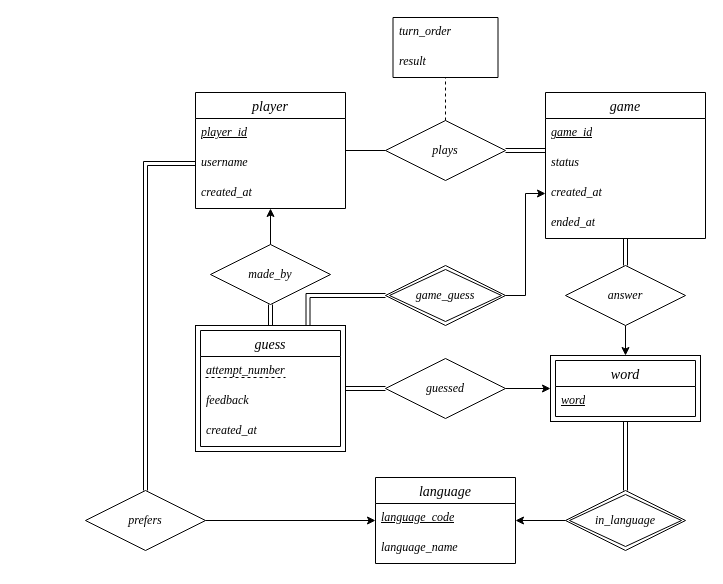
Above: ER-Diagram/Wordle_ER_Diagram.drawio in cmsc447-capstone/shared-state-wordle (draw.io), before the change. Source tidied: cells renumbered, new cells numbered last; positions are measured from the earlier drawing's top-left corner, leaving out a move shared by most shapes. Both pictures are drawn from the tidied source at 100%, with x=0, y=0 at pixel (85, 17).
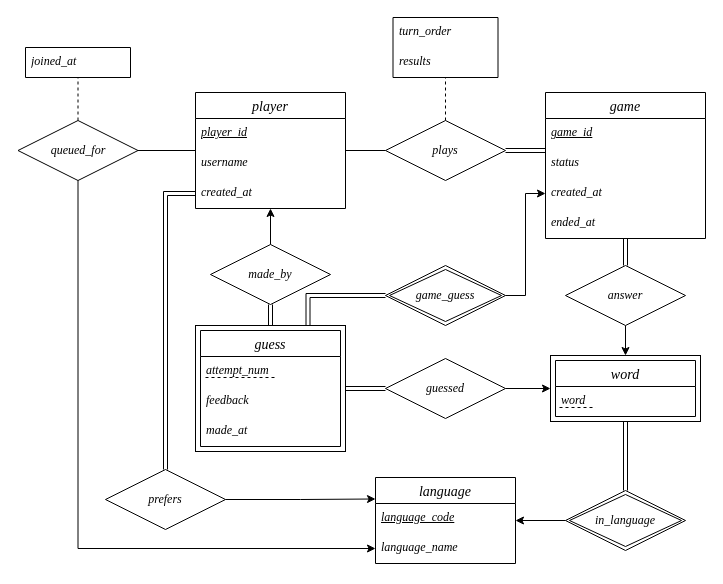
Above is the later version.

The change refers to these unchanged cells:
```xml
<mxCell id="9" value="player" style="swimlane;fontStyle=2;horizontal=1;startSize=26;align=center;fontSize=14;fontFamily=Times New Roman;" parent="1" vertex="1">
  <mxGeometry x="110" y="75" width="150" height="116" as="geometry" />
</mxCell>
<mxCell id="13" value="guess" style="swimlane;fontStyle=2;horizontal=1;startSize=26;align=center;fontSize=14;fontFamily=Times New Roman;" parent="1" vertex="1">
  <mxGeometry x="115" y="313" width="140" height="116" as="geometry" />
</mxCell>
<mxCell id="18" value="word" style="swimlane;fontStyle=2;horizontal=1;startSize=26;align=center;fontSize=14;fontFamily=Times New Roman;" parent="1" vertex="1">
  <mxGeometry x="470" y="343" width="140" height="56" as="geometry" />
</mxCell>
<mxCell id="24" value="game" style="swimlane;fontStyle=2;horizontal=1;startSize=26;align=center;fontSize=14;fontFamily=Times New Roman;" parent="1" vertex="1">
  <mxGeometry x="460" y="75" width="160" height="146" as="geometry" />
</mxCell>
<mxCell id="42" value="language" style="swimlane;fontStyle=2;horizontal=1;startSize=26;align=center;fontSize=14;fontFamily=Times New Roman;" parent="1" vertex="1">
  <mxGeometry x="290" y="460" width="140" height="86" as="geometry" />
</mxCell>
```

Diff of the diagram source:
```diff
@@
+    <mxCell id="48" style="edgeStyle=orthogonalEdgeStyle;rounded=0;jettySize=auto;html=1;exitX=0;exitY=0.25;exitDx=0;exitDy=0;entryX=1;entryY=0.5;entryDx=0;entryDy=0;defaultLabelBackgroundColor=page;endArrow=none;endFill=0;" parent="1" edge="1" source="9" target="51">
+      <mxGeometry relative="1" as="geometry">
+        <Array as="points">
+          <mxPoint x="110" y="133" />
+        </Array>
+      </mxGeometry>
+    </mxCell>
@@
-    <mxCell id="10" value="&lt;u&gt;player_id&lt;/u&gt;" style="text;strokeColor=none;fillColor=none;spacingLeft=4;spacingRight=4;overflow=hidden;fontSize=12;whiteSpace=wrap;html=1;fontStyle=2;fontFamily=Times New Roman;" parent="9" vertex="1">
+    <mxCell id="10" value="&lt;u&gt;player_id&lt;/u&gt; " style="text;strokeColor=none;fillColor=none;spacingLeft=4;spacingRight=4;overflow=hidden;fontSize=12;whiteSpace=wrap;html=1;fontStyle=2;fontFamily=Times New Roman;" parent="9" vertex="1">
       <mxGeometry y="26" width="150" height="30" as="geometry" />
     </mxCell>
-    <mxCell id="11" value="username" style="text;strokeColor=none;fillColor=none;spacingLeft=4;spacingRight=4;overflow=hidden;points=[[0,0.5],[1,0.5]];portConstraint=eastwest;fontSize=12;whiteSpace=wrap;html=1;fontStyle=2;fontFamily=Times New Roman;" parent="9" vertex="1">
+    <mxCell id="11" value="username " style="text;strokeColor=none;fillColor=none;spacingLeft=4;spacingRight=4;overflow=hidden;points=[[0,0.5],[1,0.5]];portConstraint=eastwest;fontSize=12;whiteSpace=wrap;html=1;fontStyle=2;fontFamily=Times New Roman;" parent="9" vertex="1">
       <mxGeometry y="56" width="150" height="30" as="geometry" />
     </mxCell>
-    <mxCell id="12" value="created_at" style="text;strokeColor=none;fillColor=none;spacingLeft=4;spacingRight=4;overflow=hidden;points=[[0,0.5],[1,0.5]];portConstraint=eastwest;fontSize=12;whiteSpace=wrap;html=1;fontStyle=2;fontFamily=Times New Roman;" parent="9" vertex="1">
+    <mxCell id="12" value="created_at " style="text;strokeColor=none;fillColor=none;spacingLeft=4;spacingRight=4;overflow=hidden;points=[[0,0.5],[1,0.5]];portConstraint=eastwest;fontSize=12;whiteSpace=wrap;html=1;fontStyle=2;fontFamily=Times New Roman;" parent="9" vertex="1">
       <mxGeometry y="86" width="150" height="30" as="geometry" />
     </mxCell>
@@
-    <mxCell id="14" value="attempt_number" style="text;strokeColor=none;fillColor=none;spacingLeft=4;spacingRight=4;overflow=hidden;points=[[0,0.5],[1,0.5]];portConstraint=eastwest;fontSize=12;whiteSpace=wrap;html=1;fontStyle=2;fontFamily=Times New Roman;" parent="13" vertex="1">
+    <mxCell id="14" value="attempt_num " style="text;strokeColor=none;fillColor=none;spacingLeft=4;spacingRight=4;overflow=hidden;points=[[0,0.5],[1,0.5]];portConstraint=eastwest;fontSize=12;whiteSpace=wrap;html=1;fontStyle=2;fontFamily=Times New Roman;" parent="13" vertex="1">
       <mxGeometry y="26" width="140" height="30" as="geometry" />
     </mxCell>
-    <mxCell id="15" value="feedback" style="text;strokeColor=none;fillColor=none;spacingLeft=4;spacingRight=4;overflow=hidden;fontSize=12;whiteSpace=wrap;html=1;fontStyle=2;fontFamily=Times New Roman;" parent="13" vertex="1">
+    <mxCell id="15" value="feedback " style="text;strokeColor=none;fillColor=none;spacingLeft=4;spacingRight=4;overflow=hidden;fontSize=12;whiteSpace=wrap;html=1;fontStyle=2;fontFamily=Times New Roman;" parent="13" vertex="1">
       <mxGeometry y="56" width="140" height="30" as="geometry" />
     </mxCell>
-    <mxCell id="16" value="created_at" style="text;strokeColor=none;fillColor=none;spacingLeft=4;spacingRight=4;overflow=hidden;fontSize=12;whiteSpace=wrap;html=1;fontStyle=2;fontFamily=Times New Roman;" parent="13" vertex="1">
+    <mxCell id="16" value="made_at " style="text;strokeColor=none;fillColor=none;spacingLeft=4;spacingRight=4;overflow=hidden;fontSize=12;whiteSpace=wrap;html=1;fontStyle=2;fontFamily=Times New Roman;" parent="13" vertex="1">
       <mxGeometry y="86" width="140" height="30" as="geometry" />
     </mxCell>
@@
-    <mxCell id="19" value="&lt;u&gt;word&lt;/u&gt;" style="text;strokeColor=none;fillColor=none;spacingLeft=4;spacingRight=4;overflow=hidden;points=[[0,0.5],[1,0.5]];portConstraint=eastwest;fontSize=12;whiteSpace=wrap;html=1;fontStyle=2;fontFamily=Times New Roman;" parent="18" vertex="1">
+    <mxCell id="19" value="word " style="text;strokeColor=none;fillColor=none;spacingLeft=4;spacingRight=4;overflow=hidden;points=[[0,0.5],[1,0.5]];portConstraint=eastwest;fontSize=12;whiteSpace=wrap;html=1;fontStyle=2;fontFamily=Times New Roman;" parent="18" vertex="1">
       <mxGeometry y="26" width="140" height="30" as="geometry" />
     </mxCell>
@@
-    <mxCell id="25" value="&lt;u&gt;game_id&lt;/u&gt;" style="text;strokeColor=none;fillColor=none;spacingLeft=4;spacingRight=4;overflow=hidden;fontSize=12;whiteSpace=wrap;html=1;fontStyle=2;fontFamily=Times New Roman;" parent="24" vertex="1">
+    <mxCell id="25" value="&lt;u&gt;game_id&lt;/u&gt; " style="text;strokeColor=none;fillColor=none;spacingLeft=4;spacingRight=4;overflow=hidden;fontSize=12;whiteSpace=wrap;html=1;fontStyle=2;fontFamily=Times New Roman;" parent="24" vertex="1">
       <mxGeometry y="26" width="160" height="30" as="geometry" />
     </mxCell>
-    <mxCell id="26" value="status" style="text;strokeColor=none;fillColor=none;spacingLeft=4;spacingRight=4;overflow=hidden;points=[[0,0.5],[1,0.5]];portConstraint=eastwest;fontSize=12;whiteSpace=wrap;html=1;fontStyle=2;fontFamily=Times New Roman;" parent="24" vertex="1">
+    <mxCell id="26" value="status " style="text;strokeColor=none;fillColor=none;spacingLeft=4;spacingRight=4;overflow=hidden;points=[[0,0.5],[1,0.5]];portConstraint=eastwest;fontSize=12;whiteSpace=wrap;html=1;fontStyle=2;fontFamily=Times New Roman;" parent="24" vertex="1">
       <mxGeometry y="56" width="160" height="30" as="geometry" />
     </mxCell>
-    <mxCell id="27" value="created_at" style="text;strokeColor=none;fillColor=none;spacingLeft=4;spacingRight=4;overflow=hidden;points=[[0,0.5],[1,0.5]];portConstraint=eastwest;fontSize=12;whiteSpace=wrap;html=1;fontStyle=2;fontFamily=Times New Roman;" parent="24" vertex="1">
+    <mxCell id="27" value="created_at " style="text;strokeColor=none;fillColor=none;spacingLeft=4;spacingRight=4;overflow=hidden;points=[[0,0.5],[1,0.5]];portConstraint=eastwest;fontSize=12;whiteSpace=wrap;html=1;fontStyle=2;fontFamily=Times New Roman;" parent="24" vertex="1">
       <mxGeometry y="86" width="160" height="30" as="geometry" />
     </mxCell>
-    <mxCell id="28" value="ended_at" style="text;strokeColor=none;fillColor=none;spacingLeft=4;spacingRight=4;overflow=hidden;fontSize=12;whiteSpace=wrap;html=1;fontStyle=2;fontFamily=Times New Roman;" parent="24" vertex="1">
+    <mxCell id="28" value="ended_at " style="text;strokeColor=none;fillColor=none;spacingLeft=4;spacingRight=4;overflow=hidden;fontSize=12;whiteSpace=wrap;html=1;fontStyle=2;fontFamily=Times New Roman;" parent="24" vertex="1">
       <mxGeometry y="116" width="160" height="30" as="geometry" />
     </mxCell>
@@
-    <mxCell id="36" value="result" style="text;strokeColor=none;fillColor=none;spacingLeft=4;spacingRight=4;overflow=hidden;points=[[0,0.5],[1,0.5]];portConstraint=eastwest;fontSize=12;whiteSpace=wrap;html=1;fontStyle=2;fontFamily=Times New Roman;" parent="1" vertex="1">
+    <mxCell id="36" value="results " style="text;strokeColor=none;fillColor=none;spacingLeft=4;spacingRight=4;overflow=hidden;points=[[0,0.5],[1,0.5]];portConstraint=eastwest;fontSize=12;whiteSpace=wrap;html=1;fontStyle=2;fontFamily=Times New Roman;" parent="1" vertex="1">
       <mxGeometry x="307.5" y="30" width="105" height="30" as="geometry" />
     </mxCell>
-    <mxCell id="37" value="turn_order" style="text;strokeColor=none;fillColor=none;spacingLeft=4;spacingRight=4;overflow=hidden;fontSize=12;whiteSpace=wrap;html=1;fontStyle=2;fontFamily=Times New Roman;" parent="1" vertex="1">
+    <mxCell id="37" value="turn_order " style="text;strokeColor=none;fillColor=none;spacingLeft=4;spacingRight=4;overflow=hidden;fontSize=12;whiteSpace=wrap;html=1;fontStyle=2;fontFamily=Times New Roman;" parent="1" vertex="1">
       <mxGeometry x="307.5" width="105" height="30" as="geometry" />
     </mxCell>
@@
-    <mxCell id="39" style="endArrow=none;dashed=1;html=1;rounded=0;" parent="1" edge="1">
+    <mxCell id="39" style="endArrow=none;dashed=1;html=1;rounded=0;entryX=0.536;entryY=0.7;entryDx=0;entryDy=0;entryPerimeter=0;" parent="1" edge="1" target="14">
       <mxGeometry relative="1" as="geometry">
         <mxPoint x="120" y="360" as="sourcePoint" />
-        <mxPoint x="200" y="360" as="targetPoint" />
       </mxGeometry>
     </mxCell>
@@
-    <mxCell id="41" style="edgeStyle=orthogonalEdgeStyle;rounded=0;jettySize=auto;html=1;exitX=0;exitY=0.5;exitDx=0;exitDy=0;entryX=1;entryY=0.5;entryDx=0;entryDy=0;endArrow=none;endFill=0;startArrow=classic;startFill=1;" parent="1" edge="1" source="42" target="46">
-      <mxGeometry relative="1" as="geometry" />
-    </mxCell>
@@
-    <mxCell id="43" value="&lt;u&gt;language_code&lt;/u&gt;" style="text;strokeColor=none;fillColor=none;spacingLeft=4;spacingRight=4;overflow=hidden;fontSize=12;whiteSpace=wrap;html=1;fontStyle=2;fontFamily=Times New Roman;" parent="42" vertex="1">
+    <mxCell id="43" value="&lt;u&gt;language_code&lt;/u&gt; " style="text;strokeColor=none;fillColor=none;spacingLeft=4;spacingRight=4;overflow=hidden;fontSize=12;whiteSpace=wrap;html=1;fontStyle=2;fontFamily=Times New Roman;" parent="42" vertex="1">
       <mxGeometry y="26" width="140" height="30" as="geometry" />
     </mxCell>
-    <mxCell id="44" value="language_name" style="text;strokeColor=none;fillColor=none;spacingLeft=4;spacingRight=4;overflow=hidden;points=[[0,0.5],[1,0.5]];portConstraint=eastwest;fontSize=12;whiteSpace=wrap;html=1;fontStyle=2;fontFamily=Times New Roman;" parent="42" vertex="1">
+    <mxCell id="44" value="language_name " style="text;strokeColor=none;fillColor=none;spacingLeft=4;spacingRight=4;overflow=hidden;points=[[0,0.5],[1,0.5]];portConstraint=eastwest;fontSize=12;whiteSpace=wrap;html=1;fontStyle=2;fontFamily=Times New Roman;" parent="42" vertex="1">
       <mxGeometry y="56" width="140" height="30" as="geometry" />
     </mxCell>
@@
+    <mxCell id="49" style="edgeStyle=orthogonalEdgeStyle;rounded=0;jettySize=auto;html=1;exitX=1;exitY=0.5;exitDx=0;exitDy=0;entryX=0;entryY=0.25;entryDx=0;entryDy=0;defaultLabelBackgroundColor=page;" parent="1" edge="1" source="46" target="42">
+      <mxGeometry relative="1" as="geometry" />
+    </mxCell>
     <mxCell id="46" value="&lt;font face=&quot;Times New Roman&quot;&gt;&lt;i&gt;prefers&lt;/i&gt;&lt;/font&gt;" style="shape=rhombus;perimeter=rhombusPerimeter;whiteSpace=wrap;html=1;align=center;" parent="1" vertex="1">
-      <mxGeometry y="473" width="120" height="60" as="geometry" />
+      <mxGeometry x="20" y="452" width="120" height="60" as="geometry" />
     </mxCell>
-    <mxCell id="47" style="edgeStyle=orthogonalEdgeStyle;rounded=0;jettySize=auto;html=1;exitX=0;exitY=0.5;exitDx=0;exitDy=0;entryX=0.5;entryY=0;entryDx=0;entryDy=0;shape=link;" parent="1" edge="1" source="11" target="46">
-      <mxGeometry relative="1" as="geometry" />
+    <mxCell id="47" style="edgeStyle=orthogonalEdgeStyle;rounded=0;jettySize=auto;html=1;exitX=0;exitY=0.5;exitDx=0;exitDy=0;entryX=0.5;entryY=0;entryDx=0;entryDy=0;shape=link;" parent="1" edge="1" source="12" target="46">
+      <mxGeometry x="-0.1" relative="1" as="geometry" />
     </mxCell>
+    <mxCell id="50" style="edgeStyle=orthogonalEdgeStyle;rounded=0;jettySize=auto;html=1;exitX=0.5;exitY=0;exitDx=0;exitDy=0;defaultLabelBackgroundColor=page;endArrow=none;endFill=0;dashed=1;" parent="1" edge="1" source="51" target="53">
+      <mxGeometry relative="1" as="geometry" />
+    </mxCell>
+    <mxCell id="51" value="&lt;font face=&quot;Times New Roman&quot;&gt;&lt;i&gt;queued_for&lt;/i&gt;&lt;/font&gt;" style="shape=rhombus;perimeter=rhombusPerimeter;whiteSpace=wrap;html=1;align=center;" parent="1" vertex="1">
+      <mxGeometry x="-67.5" y="103" width="120" height="60" as="geometry" />
+    </mxCell>
+    <mxCell id="52" style="edgeStyle=orthogonalEdgeStyle;rounded=0;jettySize=auto;html=1;exitX=0;exitY=0.5;exitDx=0;exitDy=0;defaultLabelBackgroundColor=page;entryX=0.5;entryY=1;entryDx=0;entryDy=0;endArrow=none;endFill=0;startArrow=classic;startFill=1;" parent="1" edge="1" source="44" target="51">
+      <mxGeometry x="-0.62" relative="1" as="geometry" />
+    </mxCell>
+    <mxCell id="53" style="verticalLabelPosition=bottom;verticalAlign=top;html=1;shape=mxgraph.basic.rect;fillColor2=none;strokeWidth=1;size=20;indent=5;fontSize=11;" parent="1" vertex="1">
+      <mxGeometry x="-60" y="30" width="105" height="30" as="geometry" />
+    </mxCell>
+    <mxCell id="54" value="joined_at " style="text;strokeColor=none;fillColor=none;spacingLeft=4;spacingRight=4;overflow=hidden;fontSize=12;whiteSpace=wrap;html=1;fontStyle=2;fontFamily=Times New Roman;" parent="1" vertex="1">
+      <mxGeometry x="-60" y="30" width="105" height="30" as="geometry" />
+    </mxCell>
+    <mxCell id="55" style="endArrow=none;dashed=1;html=1;rounded=0;entryX=0.286;entryY=0.7;entryDx=0;entryDy=0;entryPerimeter=0;" parent="1" edge="1" target="19">
+      <mxGeometry relative="1" as="geometry">
+        <mxPoint x="474" y="390" as="sourcePoint" />
+      </mxGeometry>
+    </mxCell>
```
